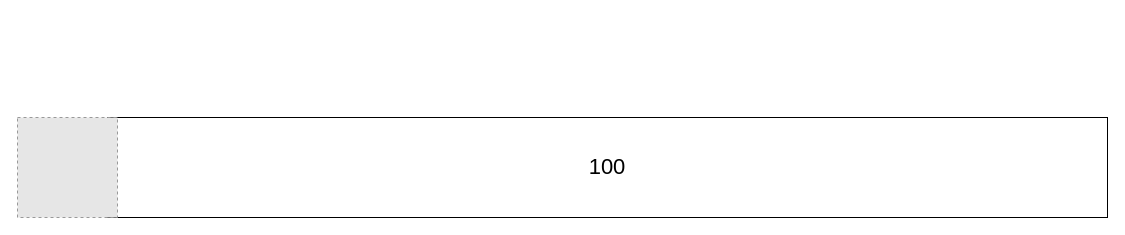
Above: Trophic Levels.drawio in CyberTheToaster/draw.io-saves (draw.io), before the change. Source tidied: cells renumbered, new cells numbered last; positions are measured from the earlier drawing's top-left corner, leaving out a move shared by most shapes. Both pictures are drawn from the tidied source at 100%, with x=0, y=0 at pixel (17, 117). Pictures stored in the file or linked from it are replaced by grey dashed boxes.
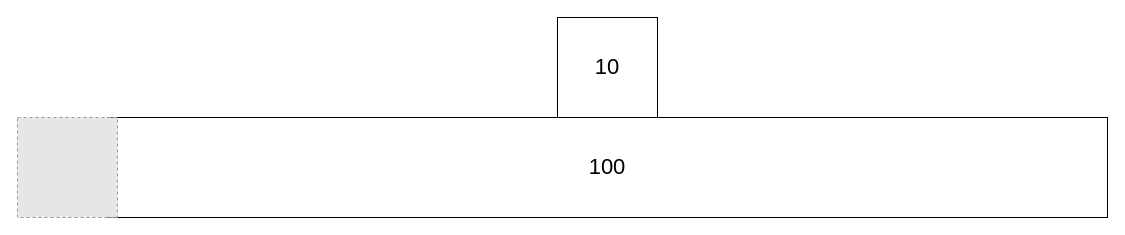
The same page after the edit.

Diff of the diagram source:
```diff
@@
 <mxGraphModel>
   <root>
     <mxCell id="0" />
     <mxCell id="1" parent="0" />
     <mxCell id="2" value="&lt;font style=&quot;font-size: 22px;&quot;&gt;100&lt;/font&gt;" style="rounded=0;whiteSpace=wrap;html=1;" parent="1" vertex="1">
       <mxGeometry x="90" width="1000" height="100" as="geometry" />
     </mxCell>
     <mxCell id="3" style="fillColor=#E6E6E6;strokeColor=#999999;dashed=1;verticalLabelPosition=bottom;labelBackgroundColor=default;verticalAlign=top;" parent="1" vertex="1">
       <mxGeometry width="100" height="100" as="geometry" />
     </mxCell>
+    <mxCell id="4" value="&lt;font style=&quot;font-size: 22px;&quot;&gt;10&lt;/font&gt;" style="rounded=0;whiteSpace=wrap;html=1;" parent="1" vertex="1">
+      <mxGeometry x="540" y="-100" width="100" height="100" as="geometry" />
+    </mxCell>
   </root>
 </mxGraphModel>
```
